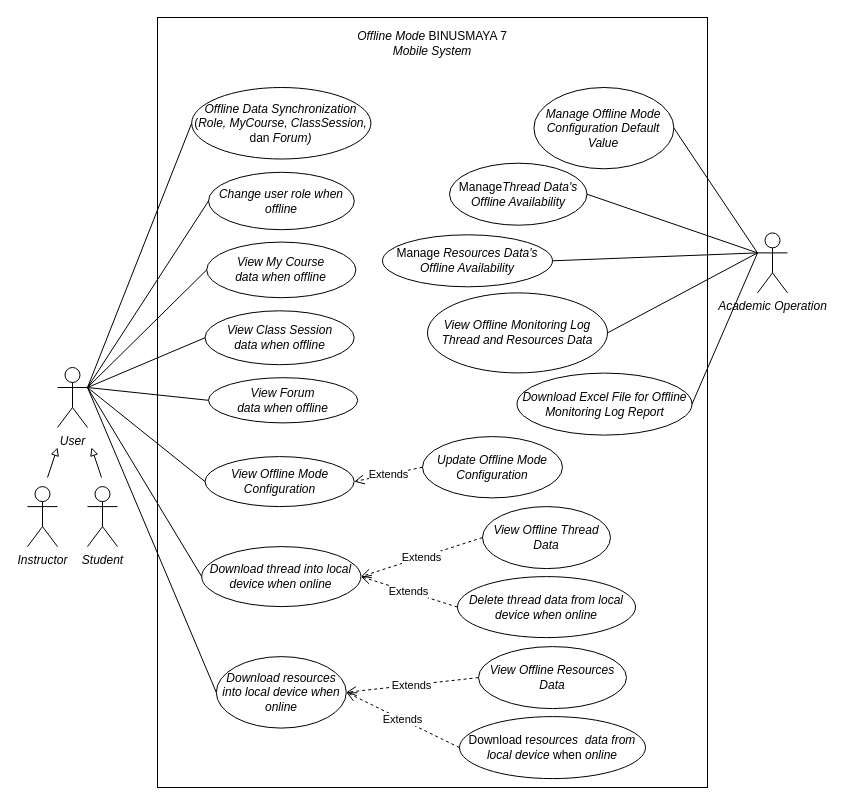
Earlier version of the draw.io diagram diagrams/UseCase.drawio (angeliawidjaja/offline-mode-paper). Source tidied: cells renumbered, new cells numbered last; positions are measured from the earlier drawing's top-left corner, leaving out a move shared by most shapes. Both pictures are drawn from the tidied source at 100%, with x=0, y=0 at pixel (27, 17).
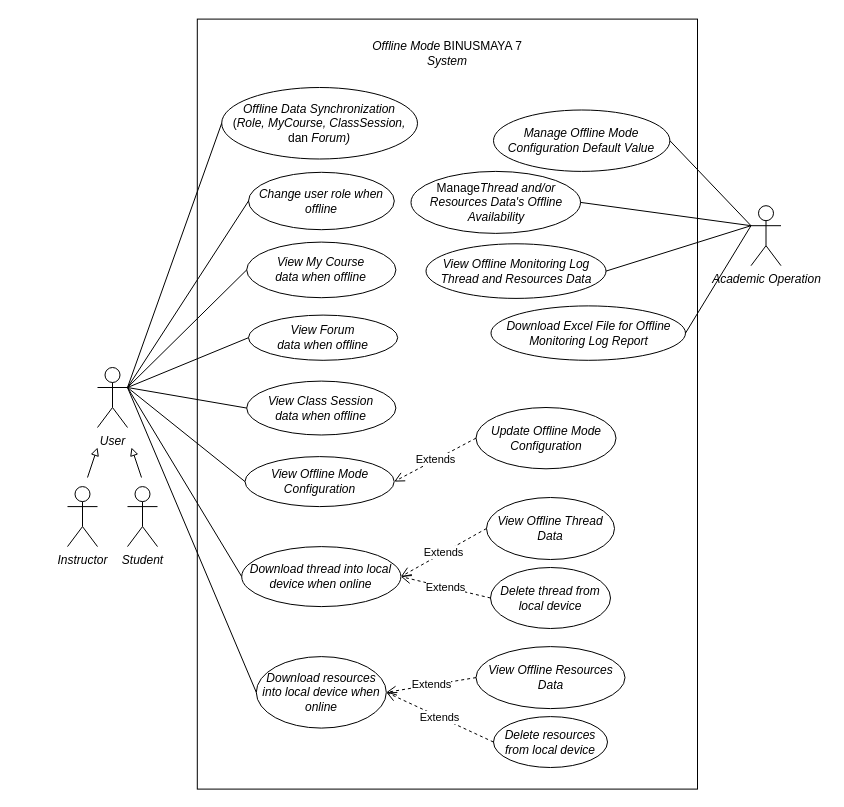
Above is the later version.

Diff of the diagram source:
```diff
@@
     <mxCell id="2" style="rounded=0;whiteSpace=wrap;html=1;flipH=1;" parent="1" vertex="1">
-      <mxGeometry x="130" width="550" height="770" as="geometry" />
+      <mxGeometry x="169.8" y="1.6" width="500.2" height="770" as="geometry" />
     </mxCell>
-    <mxCell id="3" value="&lt;i&gt;Offline Mode &lt;/i&gt;BINUSMAYA 7 &lt;i&gt;Mobile System&lt;/i&gt;" style="text;html=1;strokeColor=none;fillColor=none;align=center;verticalAlign=middle;whiteSpace=wrap;rounded=0;flipH=1;" parent="1" vertex="1">
-      <mxGeometry x="325.2" width="159.6" height="51.1" as="geometry" />
+    <mxCell id="3" value="&lt;i&gt;Offline Mode &lt;/i&gt;BINUSMAYA 7 &lt;i&gt;System&lt;/i&gt;" style="text;html=1;strokeColor=none;fillColor=none;align=center;verticalAlign=middle;whiteSpace=wrap;rounded=0;flipH=1;" parent="1" vertex="1">
+      <mxGeometry x="340.1" y="10" width="159.6" height="51.1" as="geometry" />
     </mxCell>
     <mxCell id="4" value="&lt;i&gt;User&lt;/i&gt;" style="shape=umlActor;verticalLabelPosition=bottom;verticalAlign=top;html=1;outlineConnect=0;" parent="1" vertex="1">
-      <mxGeometry x="30" y="350" width="30" height="60" as="geometry" />
+      <mxGeometry x="70" y="350" width="30" height="60" as="geometry" />
     </mxCell>
     <mxCell id="5" value="&lt;i&gt;Offline Data Synchronization&lt;/i&gt;&lt;br&gt;(&lt;i&gt;Role, MyCourse, ClassSession, &lt;/i&gt;dan&lt;i&gt;&amp;nbsp;Forum)&lt;/i&gt;" style="ellipse;whiteSpace=wrap;html=1;" parent="1" vertex="1">
-      <mxGeometry x="164.2" y="70" width="179.2" height="71.5" as="geometry" />
+      <mxGeometry x="194.2" y="70" width="195.8" height="71.5" as="geometry" />
     </mxCell>
     <mxCell id="6" value="&lt;i&gt;View&amp;nbsp;Offline Mode Configuration&lt;/i&gt;" style="ellipse;whiteSpace=wrap;html=1;" parent="1" vertex="1">
-      <mxGeometry x="177.5" y="439.1" width="149.2" height="50" as="geometry" />
+      <mxGeometry x="217.5" y="439.1" width="149.2" height="50" as="geometry" />
     </mxCell>
     <mxCell id="7" value="&lt;i&gt;Change user role when offline&lt;/i&gt;" style="ellipse;whiteSpace=wrap;html=1;" parent="1" vertex="1">
-      <mxGeometry x="181" y="154.8" width="145.8" height="57.4" as="geometry" />
+      <mxGeometry x="221" y="154.8" width="145.8" height="57.4" as="geometry" />
     </mxCell>
     <mxCell id="8" value="&lt;i&gt;View My Course data&amp;nbsp;when&amp;nbsp;offline&lt;/i&gt;" style="ellipse;whiteSpace=wrap;html=1;" parent="1" vertex="1">
-      <mxGeometry x="179.2" y="224.6" width="149.2" height="55.6" as="geometry" />
+      <mxGeometry x="219.2" y="224.6" width="149.2" height="55.6" as="geometry" />
     </mxCell>
     <mxCell id="9" value="&lt;i style=&quot;border-color: var(--border-color);&quot;&gt;View&amp;nbsp;Class Session data&amp;nbsp;when&amp;nbsp;offline&lt;/i&gt;" style="ellipse;whiteSpace=wrap;html=1;" parent="1" vertex="1">
-      <mxGeometry x="177.5" y="293.3" width="149.2" height="53.9" as="geometry" />
+      <mxGeometry x="219.2" y="363.6" width="149.2" height="53.9" as="geometry" />
     </mxCell>
     <mxCell id="10" value="&lt;i style=&quot;border-color: var(--border-color);&quot;&gt;View&amp;nbsp;Forum data&amp;nbsp;when&amp;nbsp;offline&lt;/i&gt;" style="ellipse;whiteSpace=wrap;html=1;" parent="1" vertex="1">
-      <mxGeometry x="181" y="360.2" width="149.2" height="45.2" as="geometry" />
+      <mxGeometry x="221" y="297.6" width="149.2" height="45.2" as="geometry" />
     </mxCell>
     <mxCell id="11" value="&lt;i&gt;Download t&lt;span style=&quot;border-color: var(--border-color);&quot;&gt;hread into&amp;nbsp;&lt;/span&gt;local device when&amp;nbsp;&lt;span style=&quot;border-color: var(--border-color);&quot;&gt;online&lt;/span&gt;&lt;/i&gt;" style="ellipse;whiteSpace=wrap;html=1;" parent="1" vertex="1">
-      <mxGeometry x="174.2" y="529.1" width="159.2" height="60" as="geometry" />
+      <mxGeometry x="214.2" y="529.1" width="159.2" height="60" as="geometry" />
     </mxCell>
     <mxCell id="12" value="&lt;i&gt;Download r&lt;span style=&quot;border-color: var(--border-color);&quot;&gt;esources into local device when online&lt;/span&gt;&lt;/i&gt;" style="ellipse;whiteSpace=wrap;html=1;" parent="1" vertex="1">
-      <mxGeometry x="188.8" y="639.1" width="130" height="71.5" as="geometry" />
+      <mxGeometry x="228.8" y="639.1" width="130" height="71.5" as="geometry" />
     </mxCell>
     <mxCell id="13" value="&lt;i&gt;Update Offline Mode Configuration&lt;/i&gt;" style="ellipse;whiteSpace=wrap;html=1;" parent="1" vertex="1">
-      <mxGeometry x="395" y="419.1" width="140" height="61.3" as="geometry" />
+      <mxGeometry x="448.5" y="390" width="140" height="61.3" as="geometry" />
     </mxCell>
     <mxCell id="14" value="&lt;i&gt;Manage Offline Mode Configuration Default Value&lt;/i&gt;" style="ellipse;whiteSpace=wrap;html=1;" parent="1" vertex="1">
-      <mxGeometry x="506.4" y="70" width="140" height="81.3" as="geometry" />
+      <mxGeometry x="466" y="92.5" width="176.4" height="61.4" as="geometry" />
     </mxCell>
@@
     <mxCell id="16" value="&lt;i&gt;&lt;span style=&quot;border-color: var(--border-color);&quot;&gt;View&amp;nbsp;&lt;/span&gt;&lt;span style=&quot;border-color: var(--border-color);&quot;&gt;Offline Thread Data&lt;/span&gt;&lt;/i&gt;" style="ellipse;whiteSpace=wrap;html=1;" parent="1" vertex="1">
-      <mxGeometry x="455" y="489.1" width="128" height="62" as="geometry" />
+      <mxGeometry x="459" y="480" width="128" height="62" as="geometry" />
     </mxCell>
     <mxCell id="17" value="&lt;i&gt;View&amp;nbsp;&lt;span style=&quot;border-color: var(--border-color);&quot;&gt;Offline&amp;nbsp;Resources Data&lt;/span&gt;&lt;/i&gt;" style="ellipse;whiteSpace=wrap;html=1;" parent="1" vertex="1">
-      <mxGeometry x="451" y="629.1" width="148" height="62" as="geometry" />
+      <mxGeometry x="448.5" y="629.1" width="149" height="62" as="geometry" />
     </mxCell>
-    <mxCell id="18" value="&lt;i&gt;Delete thread data from local device when online&lt;/i&gt;" style="ellipse;whiteSpace=wrap;html=1;" parent="1" vertex="1">
-      <mxGeometry x="430" y="559.1" width="178" height="61" as="geometry" />
+    <mxCell id="18" value="&lt;i&gt;Delete thread from local device&lt;/i&gt;" style="ellipse;whiteSpace=wrap;html=1;" parent="1" vertex="1">
+      <mxGeometry x="463" y="550" width="120" height="61" as="geometry" />
     </mxCell>
@@
-    <mxCell id="21" value="Download r&lt;i&gt;esources&amp;nbsp; data from local device&amp;nbsp;&lt;/i&gt;when&amp;nbsp;&lt;i&gt;online&lt;/i&gt;" style="ellipse;whiteSpace=wrap;html=1;" parent="1" vertex="1">
-      <mxGeometry x="432" y="699.1" width="186" height="62" as="geometry" />
+    <mxCell id="21" value="Delete r&lt;span&gt;esources from local device&lt;/span&gt;" style="ellipse;whiteSpace=wrap;html=1;fontStyle=2;" parent="1" vertex="1">
+      <mxGeometry x="466" y="699.1" width="114" height="50.9" as="geometry" />
     </mxCell>
@@
-    <mxCell id="24" value="Manage&lt;i&gt;Thread Data's Offline Availability&lt;/i&gt;" style="ellipse;whiteSpace=wrap;html=1;" parent="1" vertex="1">
-      <mxGeometry x="422" y="145.7" width="137.5" height="62" as="geometry" />
+    <mxCell id="24" value="Manage&lt;i&gt;Thread and/or Resources Data's Offline Availability&lt;/i&gt;" style="ellipse;whiteSpace=wrap;html=1;" parent="1" vertex="1">
+      <mxGeometry x="383.5" y="153.9" width="169.5" height="62" as="geometry" />
     </mxCell>
-    <mxCell id="25" value="Manage&amp;nbsp;&lt;i&gt;Resources Data's Offline Availability&lt;/i&gt;" style="ellipse;whiteSpace=wrap;html=1;" parent="1" vertex="1">
-      <mxGeometry x="355" y="217.3" width="170" height="52" as="geometry" />
-    </mxCell>
     <mxCell id="26" value="&lt;i&gt;View Offline Monitoring Log Thread and Resources Data&lt;/i&gt;" style="ellipse;whiteSpace=wrap;html=1;" parent="1" vertex="1">
-      <mxGeometry x="400" y="275.4" width="180" height="80" as="geometry" />
+      <mxGeometry x="398.5" y="226.3" width="180" height="54.6" as="geometry" />
     </mxCell>
     <mxCell id="27" value="Download Excel File for Offline Monitoring Log Report" style="ellipse;whiteSpace=wrap;html=1;fontStyle=2;" parent="1" vertex="1">
-      <mxGeometry x="489.5" y="355.6" width="175" height="62" as="geometry" />
+      <mxGeometry x="463.5" y="288.4" width="194.5" height="54.4" as="geometry" />
     </mxCell>
     <mxCell id="28" value="&lt;i&gt;Academic Operation&lt;/i&gt;" style="shape=umlActor;verticalLabelPosition=bottom;verticalAlign=top;html=1;outlineConnect=0;" parent="1" vertex="1">
-      <mxGeometry x="730" y="215.4" width="30" height="60" as="geometry" />
+      <mxGeometry x="723.5" y="188.2" width="30" height="60" as="geometry" />
     </mxCell>
@@
-    <mxCell id="30" style="edgeStyle=none;rounded=0;jettySize=auto;html=1;entryX=1;entryY=0.5;entryDx=0;entryDy=0;endArrow=none;endFill=0;exitX=0;exitY=0.3333333333333333;exitDx=0;exitDy=0;exitPerimeter=0;" parent="1" edge="1" source="28" target="25">
-      <mxGeometry relative="1" as="geometry" />
-    </mxCell>
@@
     <mxCell id="42" value="&lt;i&gt;Instructor&lt;/i&gt;" style="shape=umlActor;verticalLabelPosition=bottom;verticalAlign=top;html=1;" parent="1" vertex="1">
-      <mxGeometry y="469.1" width="30" height="60" as="geometry" />
+      <mxGeometry x="40" y="469.1" width="30" height="60" as="geometry" />
     </mxCell>
     <mxCell id="43" value="&lt;i&gt;Student&lt;/i&gt;" style="shape=umlActor;verticalLabelPosition=bottom;verticalAlign=top;html=1;" parent="1" vertex="1">
-      <mxGeometry x="60" y="469.1" width="30" height="60" as="geometry" />
+      <mxGeometry x="100" y="469.1" width="30" height="60" as="geometry" />
     </mxCell>
     <mxCell id="44" style="endArrow=block;html=1;rounded=0;endFill=0;" parent="1" edge="1">
       <mxGeometry relative="1" as="geometry">
-        <mxPoint x="20" y="460" as="sourcePoint" />
-        <mxPoint x="30" y="430" as="targetPoint" />
+        <mxPoint x="60" y="460" as="sourcePoint" />
+        <mxPoint x="70" y="430" as="targetPoint" />
       </mxGeometry>
     </mxCell>
     <mxCell id="45" style="endArrow=block;html=1;rounded=0;endFill=0;" parent="1" edge="1">
       <mxGeometry relative="1" as="geometry">
-        <mxPoint x="74" y="460" as="sourcePoint" />
-        <mxPoint x="64" y="430" as="targetPoint" />
+        <mxPoint x="114" y="460" as="sourcePoint" />
+        <mxPoint x="104" y="430" as="targetPoint" />
       </mxGeometry>
     </mxCell>
```
